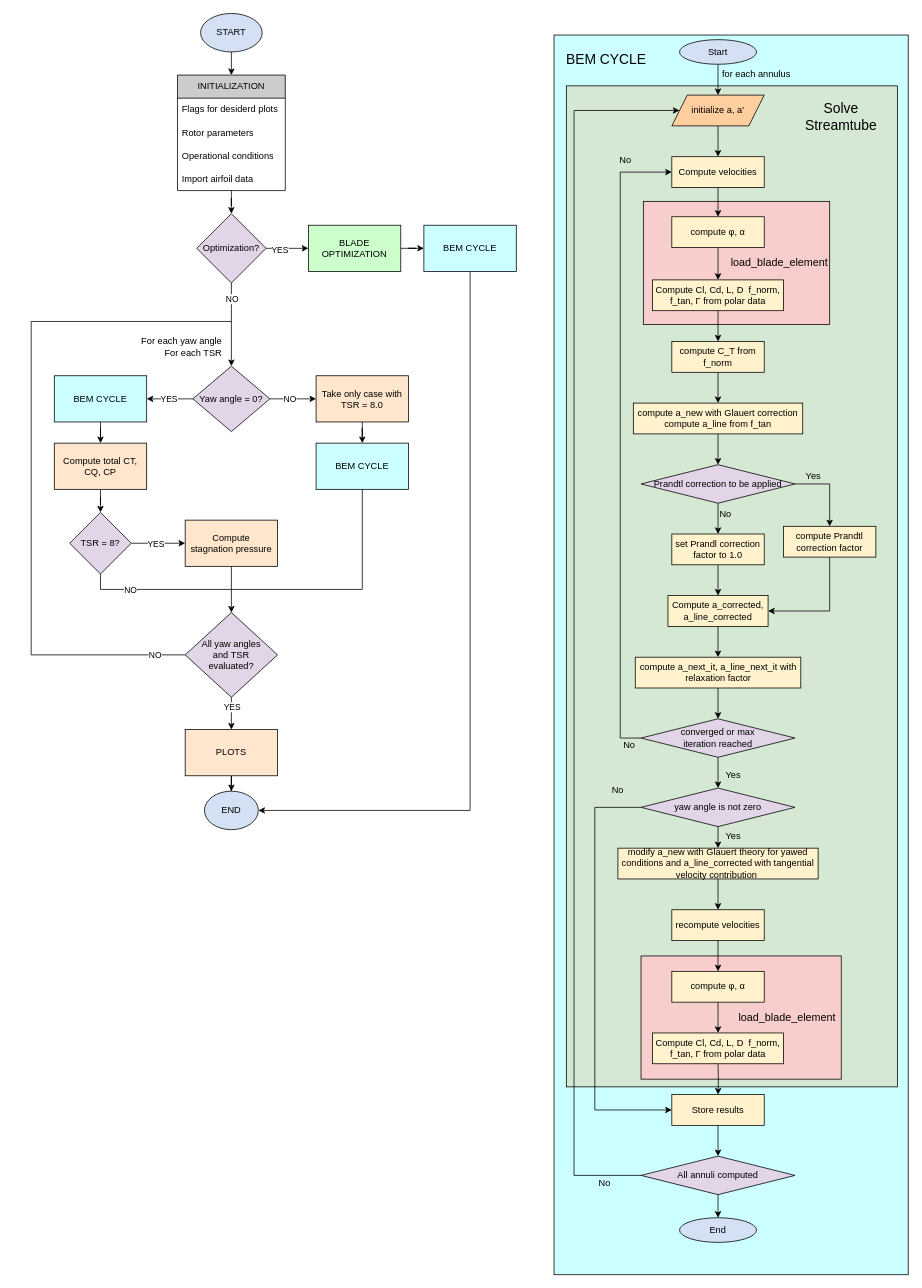
matteo-gotti/rotor-wake-assignment1 keeps this draw.io diagram as flow_chart_BEM.drawio. Above is the earlier version. Source tidied: cells renumbered, new cells numbered last; positions are measured from the earlier drawing's top-left corner, leaving out a move shared by most shapes. Both pictures are drawn from the tidied source at 77%, with x=0, y=0 at pixel (31, 13).
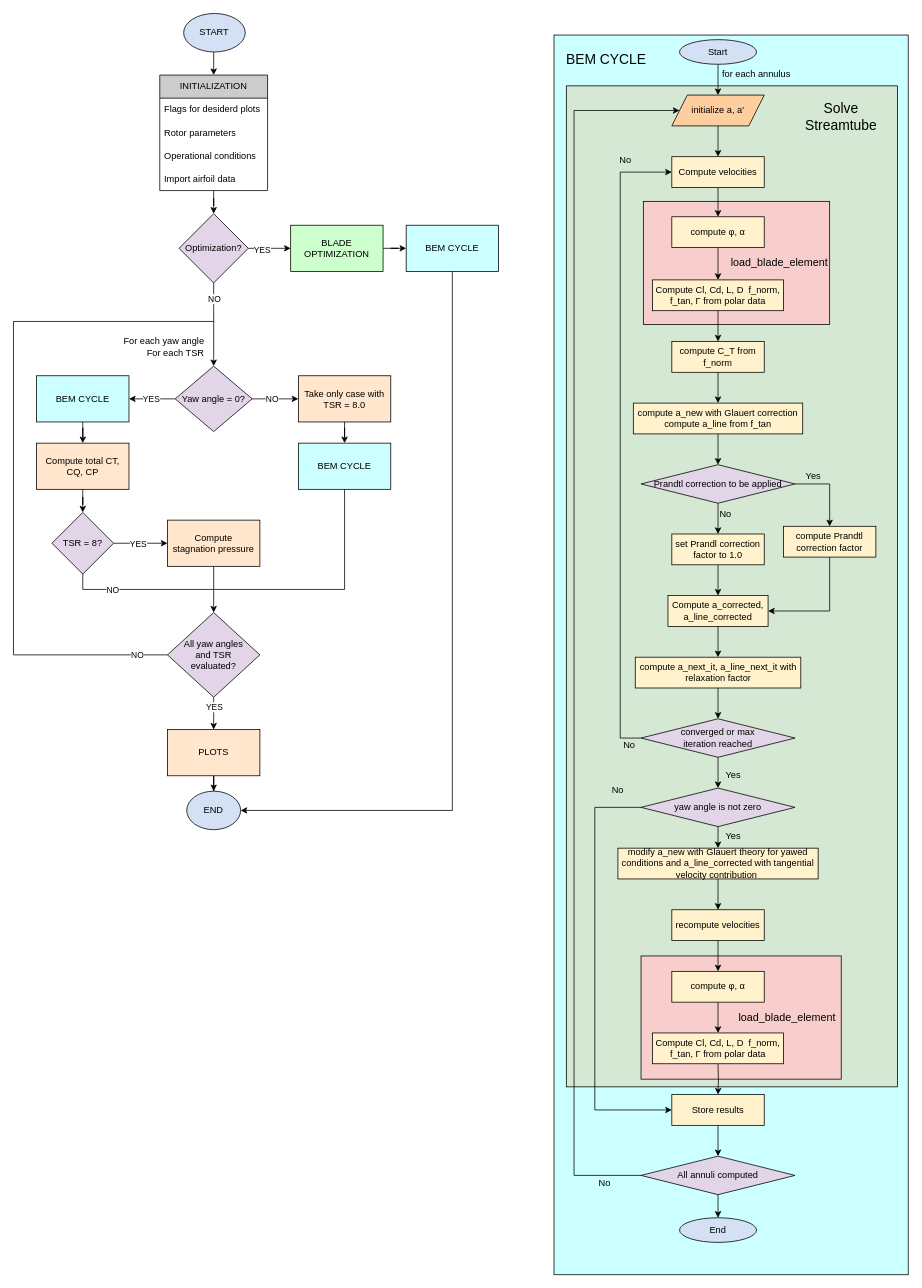
Above is the later version.

The edit, as a diff of the source:
```diff
@@
-    <mxCell id="63" style="edgeStyle=orthogonalEdgeStyle;rounded=0;jettySize=auto;html=1;exitX=0.5;exitY=1;exitDx=0;exitDy=0;entryX=0.5;entryY=0;entryDx=0;entryDy=0;" parent="1" edge="1" source="64" target="66">
-      <mxGeometry relative="1" as="geometry" />
+    <mxCell id="63" style="edgeStyle=orthogonalEdgeStyle;rounded=0;jettySize=auto;html=1;exitX=0.5;exitY=1;exitDx=0;exitDy=0;entryX=0.5;entryY=0;entryDx=0;entryDy=0;" parent="1" edge="1" target="66">
+      <mxGeometry relative="1" as="geometry">
+        <mxPoint x="237" y="50" as="sourcePoint" />
+      </mxGeometry>
     </mxCell>
     <mxCell id="64" value="START" style="ellipse;whiteSpace=wrap;html=1;fillColor=#D4E1F5;" parent="1" vertex="1">
-      <mxGeometry x="220" width="80" height="50" as="geometry" />
+      <mxGeometry x="198" width="80" height="50" as="geometry" />
     </mxCell>
@@
     <mxCell id="66" value="INITIALIZATION" style="swimlane;fontStyle=0;horizontal=1;startSize=30;whiteSpace=wrap;html=1;fillColor=#CCCCCC;" parent="1" vertex="1">
-      <mxGeometry x="190" y="80" width="140" height="150" as="geometry" />
+      <mxGeometry x="167" y="80" width="140" height="150" as="geometry" />
     </mxCell>
@@
     <mxCell id="75" value="Optimization?" style="rhombus;whiteSpace=wrap;html=1;fillColor=#E1D5E7;" parent="1" vertex="1">
-      <mxGeometry x="215" y="260" width="90" height="90" as="geometry" />
+      <mxGeometry x="192" y="260" width="90" height="90" as="geometry" />
     </mxCell>
@@
     <mxCell id="77" value="BLADE OPTIMIZATION" style="whiteSpace=wrap;html=1;fillColor=#CCFFCC;" parent="1" vertex="1">
-      <mxGeometry x="360" y="275" width="120" height="60" as="geometry" />
+      <mxGeometry x="337" y="275" width="120" height="60" as="geometry" />
     </mxCell>
@@
     <mxCell id="79" value="BEM CYCLE" style="whiteSpace=wrap;html=1;fillColor=#CCFFFF;" parent="1" vertex="1">
-      <mxGeometry x="510" y="275" width="120" height="60" as="geometry" />
+      <mxGeometry x="487" y="275" width="120" height="60" as="geometry" />
     </mxCell>
@@
     <mxCell id="84" value="Yaw angle = 0?" style="rhombus;whiteSpace=wrap;html=1;fillColor=#E1D5E7;" parent="1" vertex="1">
-      <mxGeometry x="210" y="458" width="100" height="85" as="geometry" />
+      <mxGeometry x="187" y="458" width="100" height="85" as="geometry" />
     </mxCell>
@@
     <mxCell id="86" value="Take only case with&lt;br&gt;TSR = 8.0" style="whiteSpace=wrap;html=1;fillColor=#FFE6CC;" parent="1" vertex="1">
-      <mxGeometry x="370" y="470.5" width="120" height="60" as="geometry" />
+      <mxGeometry x="347" y="470.5" width="120" height="60" as="geometry" />
     </mxCell>
     <mxCell id="87" value="BEM CYCLE" style="whiteSpace=wrap;html=1;fillColor=#CCFFFF;" parent="1" vertex="1">
-      <mxGeometry x="370" y="558" width="120" height="60" as="geometry" />
+      <mxGeometry x="347" y="558" width="120" height="60" as="geometry" />
     </mxCell>
@@
     <mxCell id="89" value="BEM CYCLE" style="whiteSpace=wrap;html=1;fillColor=#CCFFFF;" parent="1" vertex="1">
-      <mxGeometry x="30" y="470.5" width="120" height="60" as="geometry" />
+      <mxGeometry x="7" y="470.5" width="120" height="60" as="geometry" />
     </mxCell>
@@
     <mxCell id="91" value="Compute total CT, CQ, CP" style="whiteSpace=wrap;html=1;fillColor=#FFE6CC;" parent="1" vertex="1">
-      <mxGeometry x="30" y="558" width="120" height="60" as="geometry" />
+      <mxGeometry x="7" y="558" width="120" height="60" as="geometry" />
     </mxCell>
@@
     <mxCell id="94" value="TSR = 8?" style="rhombus;whiteSpace=wrap;html=1;fillColor=#E1D5E7;" parent="1" vertex="1">
-      <mxGeometry x="50" y="648" width="80" height="80" as="geometry" />
+      <mxGeometry x="27" y="648" width="80" height="80" as="geometry" />
     </mxCell>
     <mxCell id="95" value="Compute&lt;br&gt;stagnation pressure" style="whiteSpace=wrap;html=1;fillColor=#FFE6CC;" parent="1" vertex="1">
-      <mxGeometry x="200" y="658" width="120" height="60" as="geometry" />
+      <mxGeometry x="177" y="658" width="120" height="60" as="geometry" />
     </mxCell>
@@
     <mxCell id="98" value="All yaw angles&lt;div&gt;and TSR&lt;/div&gt;&lt;div&gt;evaluated?&lt;/div&gt;" style="rhombus;whiteSpace=wrap;html=1;fillColor=#E1D5E7;" parent="1" vertex="1">
-      <mxGeometry x="200" y="778" width="120" height="110" as="geometry" />
+      <mxGeometry x="177" y="778" width="120" height="110" as="geometry" />
     </mxCell>
@@
     <mxCell id="100" style="endArrow=none;html=1;rounded=0;exitX=0.5;exitY=1;exitDx=0;exitDy=0;" parent="1" edge="1" source="94">
       <mxGeometry relative="1" as="geometry">
-        <mxPoint x="260" y="748" as="targetPoint" />
+        <mxPoint x="237" y="748" as="targetPoint" />
         <Array as="points">
-          <mxPoint x="90" y="748" />
+          <mxPoint x="67" y="748" />
         </Array>
       </mxGeometry>
     </mxCell>
@@
     <mxCell id="102" style="endArrow=none;html=1;rounded=0;entryX=0.5;entryY=1;entryDx=0;entryDy=0;" parent="1" edge="1" target="87">
       <mxGeometry relative="1" as="geometry">
-        <mxPoint x="260" y="748" as="sourcePoint" />
+        <mxPoint x="237" y="748" as="sourcePoint" />
         <Array as="points">
-          <mxPoint x="430" y="748" />
+          <mxPoint x="407" y="748" />
         </Array>
       </mxGeometry>
     </mxCell>
     <mxCell id="103" value="For each yaw angle&lt;br&gt;For each TSR" style="text;html=1;align=right;verticalAlign=middle;whiteSpace=wrap;rounded=0;" parent="1" vertex="1">
-      <mxGeometry x="120" y="418" width="130" height="30" as="geometry" />
+      <mxGeometry x="97" y="418" width="130" height="30" as="geometry" />
     </mxCell>
@@
     <mxCell id="105" value="PLOTS" style="whiteSpace=wrap;html=1;fillColor=#FFE6CC;" parent="1" vertex="1">
-      <mxGeometry x="200" y="930" width="120" height="60" as="geometry" />
+      <mxGeometry x="177" y="930" width="120" height="60" as="geometry" />
     </mxCell>
     <mxCell id="106" style="endArrow=none;html=1;rounded=0;exitX=0;exitY=0.5;exitDx=0;exitDy=0;" parent="1" edge="1" source="98">
       <mxGeometry relative="1" as="geometry">
-        <mxPoint y="650" as="targetPoint" />
+        <mxPoint x="-23" y="650" as="targetPoint" />
         <Array as="points">
-          <mxPoint y="833" />
+          <mxPoint x="-23" y="833" />
         </Array>
       </mxGeometry>
     </mxCell>
@@
     <mxCell id="108" style="endArrow=none;html=1;rounded=0;" parent="1" edge="1">
       <mxGeometry relative="1" as="geometry">
-        <mxPoint y="650" as="sourcePoint" />
-        <mxPoint x="260" y="400" as="targetPoint" />
+        <mxPoint x="-23" y="650" as="sourcePoint" />
+        <mxPoint x="237" y="400" as="targetPoint" />
         <Array as="points">
-          <mxPoint y="400" />
+          <mxPoint x="-23" y="400" />
         </Array>
       </mxGeometry>
     </mxCell>
     <mxCell id="109" value="END" style="ellipse;whiteSpace=wrap;html=1;fillColor=#D4E1F5;" parent="1" vertex="1">
-      <mxGeometry x="225" y="1010" width="70" height="50" as="geometry" />
+      <mxGeometry x="202" y="1010" width="70" height="50" as="geometry" />
     </mxCell>
```
